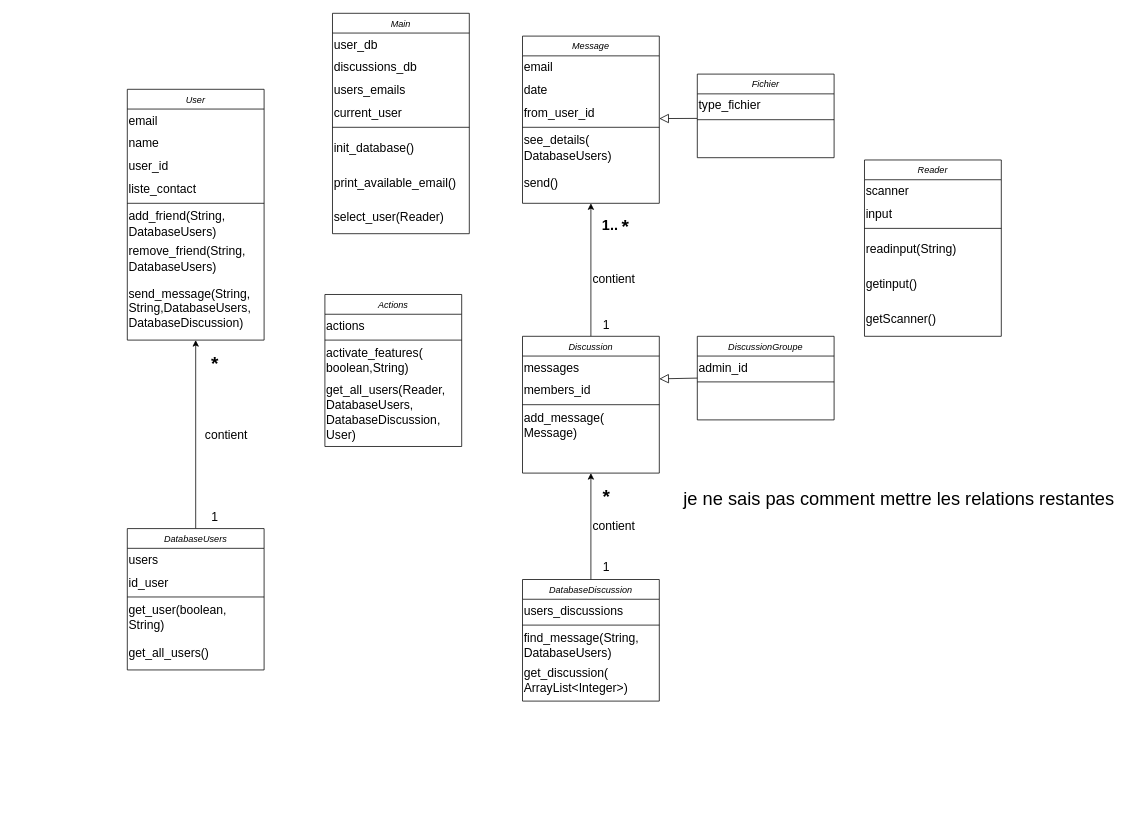
Before: class_diagram.drawio in floflopi/Mission2, a draw.io diagram. Source tidied: cells renumbered, new cells numbered last; positions are measured from the earlier drawing's top-left corner, leaving out a move shared by most shapes. Both pictures are drawn from the tidied source at 76%, with x=0, y=0 at pixel (127, 13).
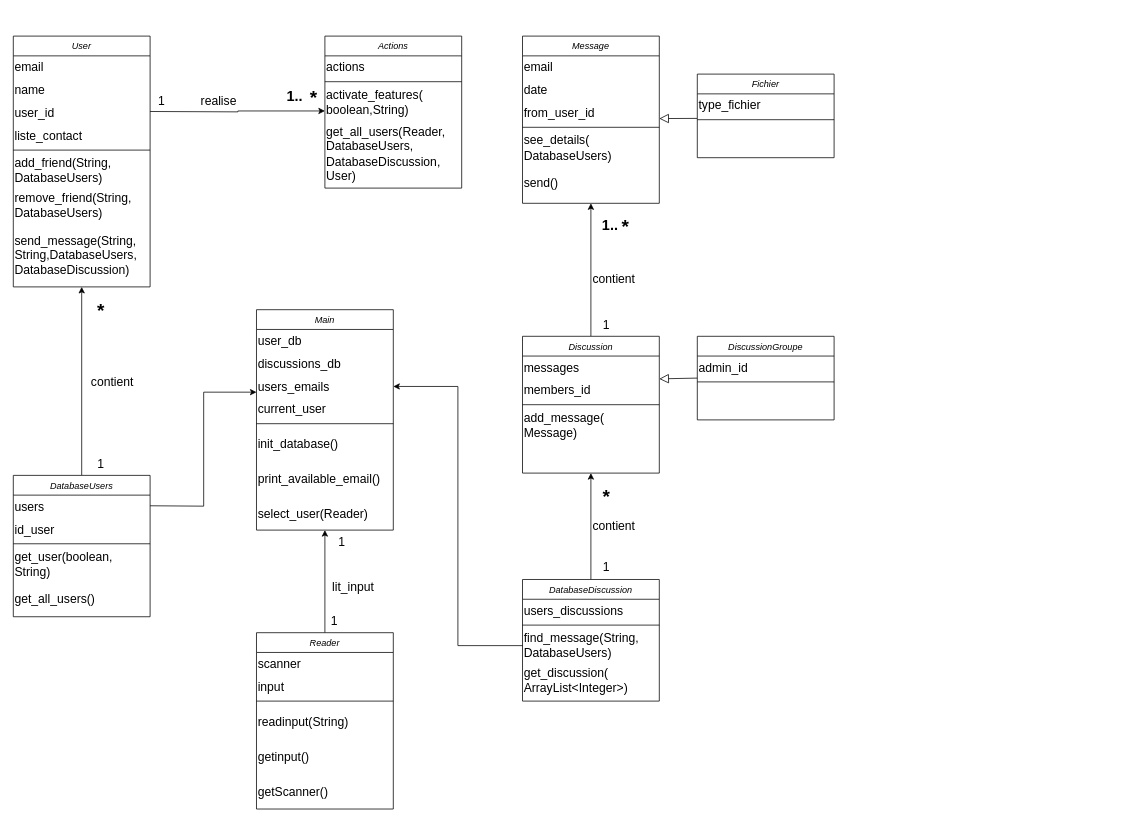
After the change.

The change refers to these unchanged cells:
```xml
<mxCell id="31" value="&lt;p style=&quot;line-height: 120%;&quot;&gt;&lt;/p&gt;&lt;div style=&quot;font-size: 16px;&quot; align=&quot;left&quot;&gt;&lt;font style=&quot;font-size: 16px;&quot;&gt;find_message(String,&lt;/font&gt;&lt;/div&gt;&lt;div style=&quot;font-size: 16px;&quot; align=&quot;left&quot;&gt;&lt;font style=&quot;font-size: 16px;&quot;&gt;DatabaseUsers)&lt;/font&gt;&lt;/div&gt;&lt;p&gt;&lt;/p&gt;" style="text;html=1;strokeColor=none;fillColor=none;align=left;verticalAlign=middle;whiteSpace=wrap;rounded=0;" parent="28" vertex="1">
  <mxGeometry y="64" width="180" height="46" as="geometry" />
</mxCell>
<mxCell id="49" value="&lt;p style=&quot;line-height: 120%;&quot;&gt;&lt;/p&gt;&lt;div style=&quot;font-size: 16px;&quot; align=&quot;left&quot;&gt;&lt;font style=&quot;font-size: 16px;&quot;&gt;activate_features(&lt;/font&gt;&lt;/div&gt;&lt;div style=&quot;font-size: 16px;&quot; align=&quot;left&quot;&gt;&lt;font style=&quot;font-size: 16px;&quot;&gt;boolean,String)&lt;/font&gt;&lt;/div&gt;&lt;p&gt;&lt;/p&gt;" style="text;html=1;strokeColor=none;fillColor=none;align=left;verticalAlign=middle;whiteSpace=wrap;rounded=0;" parent="46" vertex="1">
  <mxGeometry y="64" width="180" height="46" as="geometry" />
</mxCell>
<mxCell id="62" value="&lt;font style=&quot;font-size: 16px;&quot;&gt;users_emails&lt;/font&gt;" style="text;html=1;strokeColor=none;fillColor=none;align=left;verticalAlign=middle;whiteSpace=wrap;rounded=0;" parent="59" vertex="1">
  <mxGeometry y="86" width="180" height="30" as="geometry" />
</mxCell>
<mxCell id="67" value="&lt;p style=&quot;line-height: 120%;&quot;&gt;&lt;/p&gt;&lt;div style=&quot;font-size: 16px;&quot; align=&quot;left&quot;&gt;&lt;font style=&quot;font-size: 16px;&quot;&gt;select_user(Reader)&lt;/font&gt;&lt;/div&gt;&lt;p&gt;&lt;/p&gt;" style="text;html=1;strokeColor=none;fillColor=none;align=left;verticalAlign=middle;whiteSpace=wrap;rounded=0;" parent="59" vertex="1">
  <mxGeometry y="246" width="180" height="44" as="geometry" />
</mxCell>
```

What changed in the source:
```diff
@@
     <mxCell id="2" value="User" style="swimlane;fontStyle=2;align=center;verticalAlign=top;horizontal=1;startSize=26;rounded=0;shadow=0;strokeWidth=1;" parent="1" vertex="1">
-      <mxGeometry y="100" width="180" height="330" as="geometry" />
+      <mxGeometry x="-150" y="30" width="180" height="330" as="geometry" />
     </mxCell>
@@
     <mxCell id="37" value="DatabaseUsers" style="swimlane;fontStyle=2;align=center;verticalAlign=top;horizontal=1;startSize=26;rounded=0;shadow=0;strokeWidth=1;" parent="1" vertex="1">
-      <mxGeometry y="678" width="180" height="186" as="geometry" />
+      <mxGeometry x="-150" y="608" width="180" height="186" as="geometry" />
     </mxCell>
@@
     <mxCell id="43" value="&lt;font style=&quot;font-size: 16px;&quot;&gt;contient&lt;/font&gt;" style="text;html=1;align=center;verticalAlign=middle;strokeColor=none;fillColor=none;" parent="1" vertex="1">
-      <mxGeometry x="90" y="540" width="80" height="30" as="geometry" />
+      <mxGeometry x="-60" y="470" width="80" height="30" as="geometry" />
     </mxCell>
     <mxCell id="44" value="&lt;b&gt;&lt;font style=&quot;font-size: 25px;&quot;&gt;*&lt;/font&gt;&lt;/b&gt;" style="text;html=1;align=center;verticalAlign=middle;strokeColor=none;fillColor=none;" parent="1" vertex="1">
-      <mxGeometry x="100" y="440" width="30" height="40" as="geometry" />
+      <mxGeometry x="-50" y="370" width="30" height="40" as="geometry" />
     </mxCell>
     <mxCell id="45" value="&lt;font style=&quot;font-size: 16px;&quot;&gt;1&lt;/font&gt;" style="text;html=1;align=center;verticalAlign=middle;strokeColor=none;fillColor=none;" parent="1" vertex="1">
-      <mxGeometry x="100" y="648" width="30" height="30" as="geometry" />
+      <mxGeometry x="-50" y="578" width="30" height="30" as="geometry" />
     </mxCell>
     <mxCell id="46" value="Actions" style="swimlane;fontStyle=2;align=center;verticalAlign=top;horizontal=1;startSize=26;rounded=0;shadow=0;strokeWidth=1;" parent="1" vertex="1">
-      <mxGeometry x="260" y="370" width="180" height="200" as="geometry" />
+      <mxGeometry x="260" y="30" width="180" height="200" as="geometry" />
     </mxCell>
@@
     <mxCell id="59" value="Main" style="swimlane;fontStyle=2;align=center;verticalAlign=top;horizontal=1;startSize=26;rounded=0;shadow=0;strokeWidth=1;" parent="1" vertex="1">
-      <mxGeometry x="270" width="180" height="290" as="geometry" />
+      <mxGeometry x="170" y="390" width="180" height="290" as="geometry" />
     </mxCell>
@@
+    <mxCell id="77" style="edgeStyle=orthogonalEdgeStyle;rounded=0;jettySize=auto;html=1;exitX=0.5;exitY=0;exitDx=0;exitDy=0;entryX=0.5;entryY=1;entryDx=0;entryDy=0;" parent="1" edge="1" source="69" target="67">
+      <mxGeometry relative="1" as="geometry" />
+    </mxCell>
     <mxCell id="69" value="Reader" style="swimlane;fontStyle=2;align=center;verticalAlign=top;horizontal=1;startSize=26;rounded=0;shadow=0;strokeWidth=1;" parent="1" vertex="1">
-      <mxGeometry x="970" y="193" width="180" height="232" as="geometry" />
+      <mxGeometry x="170" y="815" width="180" height="232" as="geometry" />
     </mxCell>
@@
-    <mxCell id="76" value="&lt;font style=&quot;font-size: 24px;&quot;&gt;je ne sais pas comment mettre les relations restantes &lt;/font&gt;" style="text;html=1;align=center;verticalAlign=middle;strokeColor=none;fillColor=none;" parent="1" vertex="1">
-      <mxGeometry x="720" y="620" width="590" height="40" as="geometry" />
-    </mxCell>
+    <mxCell id="78" value="&lt;font style=&quot;font-size: 16px;&quot;&gt;1&lt;/font&gt;" style="text;html=1;align=center;verticalAlign=middle;strokeColor=none;fillColor=none;" parent="1" vertex="1">
+      <mxGeometry x="257" y="785" width="30" height="30" as="geometry" />
+    </mxCell>
+    <mxCell id="79" value="&lt;font style=&quot;font-size: 16px;&quot;&gt;1&lt;/font&gt;" style="text;html=1;align=center;verticalAlign=middle;strokeColor=none;fillColor=none;" parent="1" vertex="1">
+      <mxGeometry x="267" y="680" width="30" height="30" as="geometry" />
+    </mxCell>
+    <mxCell id="80" value="&lt;font style=&quot;font-size: 16px;&quot;&gt;lit_input&lt;/font&gt;" style="text;html=1;align=center;verticalAlign=middle;strokeColor=none;fillColor=none;" parent="1" vertex="1">
+      <mxGeometry x="257" y="740" width="80" height="30" as="geometry" />
+    </mxCell>
+    <mxCell id="81" style="edgeStyle=orthogonalEdgeStyle;rounded=0;jettySize=auto;html=1;exitX=0.5;exitY=0;exitDx=0;exitDy=0;entryX=0;entryY=0.75;entryDx=0;entryDy=0;" parent="1" edge="1" target="49">
+      <mxGeometry relative="1" as="geometry">
+        <mxPoint x="30" y="129.2" as="sourcePoint" />
+      </mxGeometry>
+    </mxCell>
+    <mxCell id="82" value="&lt;font style=&quot;font-size: 16px;&quot;&gt;1&lt;/font&gt;" style="text;html=1;align=center;verticalAlign=middle;strokeColor=none;fillColor=none;" parent="1" vertex="1">
+      <mxGeometry x="30" y="100" width="30" height="30" as="geometry" />
+    </mxCell>
+    <mxCell id="83" value="&lt;font style=&quot;font-size: 16px;&quot;&gt;realise&lt;/font&gt;" style="text;html=1;align=center;verticalAlign=middle;strokeColor=none;fillColor=none;" parent="1" vertex="1">
+      <mxGeometry x="85" y="100" width="70" height="30" as="geometry" />
+    </mxCell>
+    <mxCell id="84" value="&lt;font size=&quot;1&quot;&gt;&lt;b style=&quot;font-size: 19px;&quot;&gt;1..&lt;/b&gt;&lt;/font&gt;" style="text;html=1;align=center;verticalAlign=middle;strokeColor=none;fillColor=none;" parent="1" vertex="1">
+      <mxGeometry x="200" y="90" width="40" height="40" as="geometry" />
+    </mxCell>
+    <mxCell id="85" value="&lt;b&gt;&lt;font style=&quot;font-size: 25px;&quot;&gt;*&lt;/font&gt;&lt;/b&gt;" style="text;html=1;align=center;verticalAlign=middle;strokeColor=none;fillColor=none;" parent="1" vertex="1">
+      <mxGeometry x="230" y="90" width="30" height="40" as="geometry" />
+    </mxCell>
+    <mxCell id="86" style="edgeStyle=orthogonalEdgeStyle;rounded=0;jettySize=auto;html=1;exitX=0.5;exitY=1;exitDx=0;exitDy=0;entryX=0;entryY=0.75;entryDx=0;entryDy=0;" parent="1" edge="1" target="62">
+      <mxGeometry relative="1" as="geometry">
+        <mxPoint x="30" y="648" as="sourcePoint" />
+      </mxGeometry>
+    </mxCell>
+    <mxCell id="87" style="edgeStyle=orthogonalEdgeStyle;rounded=0;jettySize=auto;html=1;exitX=0;exitY=0.5;exitDx=0;exitDy=0;entryX=1;entryY=0.5;entryDx=0;entryDy=0;" parent="1" edge="1" source="31" target="62">
+      <mxGeometry relative="1" as="geometry" />
+    </mxCell>
```
